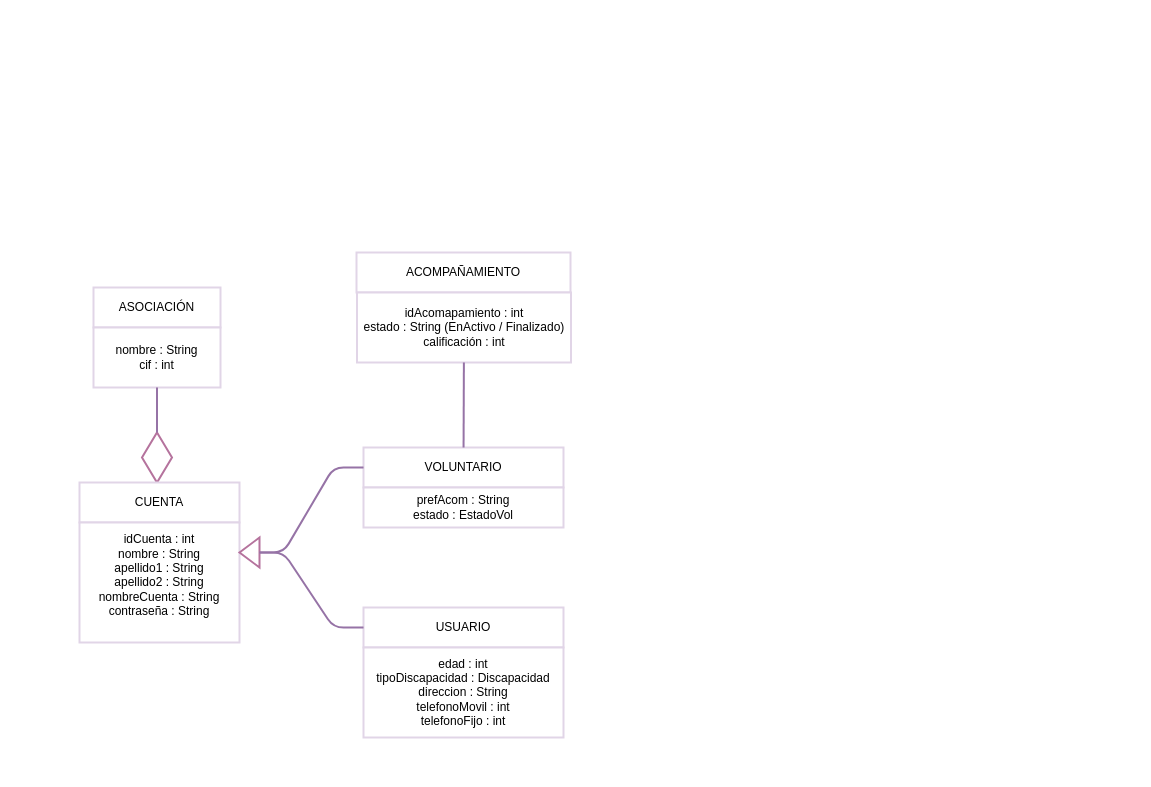
The draw.io diagram esquemas/Clases.drawio in Millan214/Volunteering-Services, before the edit. Source tidied: cells renumbered, new cells numbered last; positions are measured from the earlier drawing's top-left corner, leaving out a move shared by most shapes. Both pictures are drawn from the tidied source at 100%, with x=0, y=0 at pixel (79, 252).
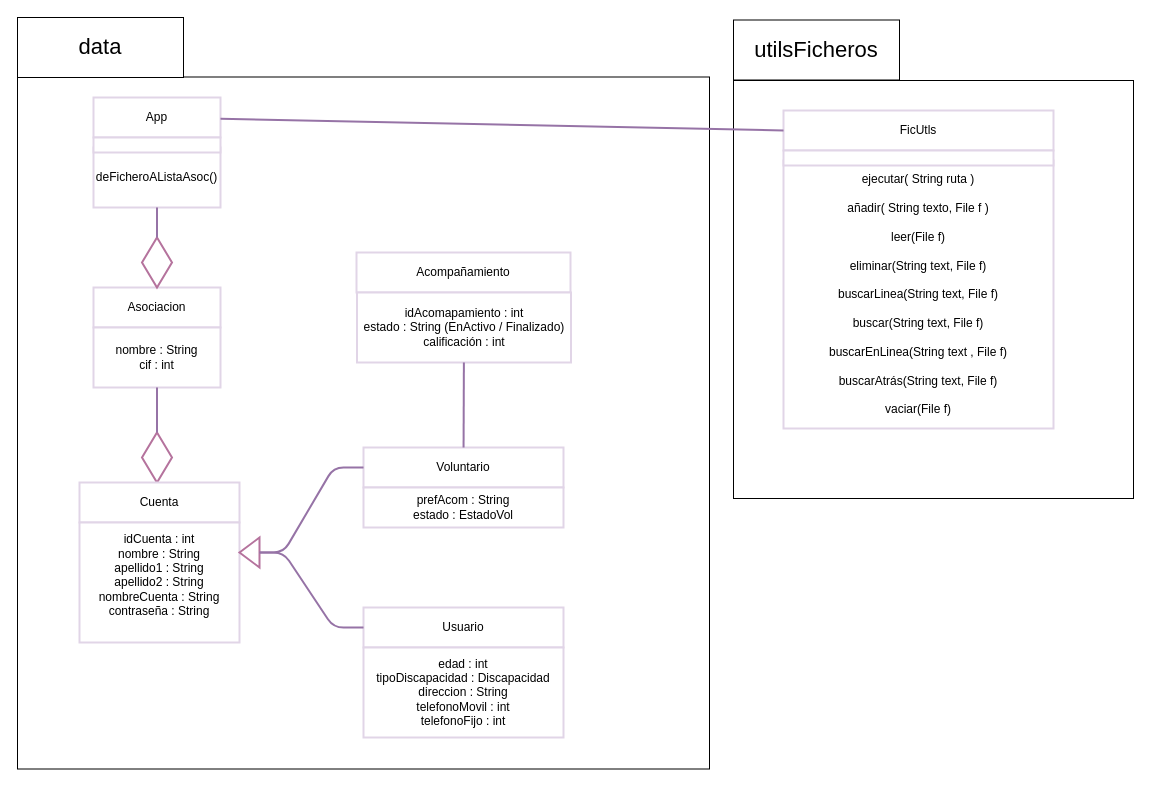
The same page after the edit.

The edit, as a diff of the source:
```diff
@@
+    <mxCell id="18" style="whiteSpace=wrap;html=1;" parent="1" vertex="1">
+      <mxGeometry x="-62" y="-175.5" width="692" height="692" as="geometry" />
+    </mxCell>
-    <mxCell id="2" value="ASOCIACIÓN" style="rounded=0;whiteSpace=wrap;html=1;strokeWidth=2;strokeColor=#E1D5E7;" parent="1" vertex="1">
+    <mxCell id="2" value="Asociacion" style="rounded=0;whiteSpace=wrap;html=1;strokeWidth=2;strokeColor=#E1D5E7;" parent="1" vertex="1">
       <mxGeometry x="14" y="35" width="127" height="40" as="geometry" />
     </mxCell>
@@
-    <mxCell id="4" value="USUARIO" style="rounded=0;whiteSpace=wrap;html=1;strokeWidth=2;strokeColor=#E1D5E7;" parent="1" vertex="1">
+    <mxCell id="4" value="Usuario" style="rounded=0;whiteSpace=wrap;html=1;strokeWidth=2;strokeColor=#E1D5E7;" parent="1" vertex="1">
       <mxGeometry x="284" y="355" width="200" height="40" as="geometry" />
     </mxCell>
@@
-    <mxCell id="8" value="VOLUNTARIO" style="rounded=0;whiteSpace=wrap;html=1;strokeWidth=2;strokeColor=#E1D5E7;" parent="1" vertex="1">
+    <mxCell id="8" value="Voluntario" style="rounded=0;whiteSpace=wrap;html=1;strokeWidth=2;strokeColor=#E1D5E7;" parent="1" vertex="1">
       <mxGeometry x="284" y="195" width="200" height="40" as="geometry" />
     </mxCell>
@@
-    <mxCell id="10" value="CUENTA" style="rounded=0;whiteSpace=wrap;html=1;strokeWidth=2;strokeColor=#E1D5E7;" parent="1" vertex="1">
+    <mxCell id="10" value="Cuenta" style="rounded=0;whiteSpace=wrap;html=1;strokeWidth=2;strokeColor=#E1D5E7;" parent="1" vertex="1">
       <mxGeometry y="230" width="160" height="40" as="geometry" />
     </mxCell>
@@
-    <mxCell id="15" value="ACOMPAÑAMIENTO" style="rounded=0;whiteSpace=wrap;html=1;strokeWidth=2;strokeColor=#E1D5E7;" parent="1" vertex="1">
+    <mxCell id="15" value="Acompañamiento" style="rounded=0;whiteSpace=wrap;html=1;strokeWidth=2;strokeColor=#E1D5E7;" parent="1" vertex="1">
       <mxGeometry x="277" width="214" height="40" as="geometry" />
     </mxCell>
@@
+    <mxCell id="19" value="App" style="rounded=0;whiteSpace=wrap;html=1;strokeWidth=2;strokeColor=#E1D5E7;" parent="1" vertex="1">
+      <mxGeometry x="14" y="-155" width="127" height="40" as="geometry" />
+    </mxCell>
+    <mxCell id="20" value="deFicheroAListaAsoc()" style="rounded=0;whiteSpace=wrap;html=1;strokeWidth=2;strokeColor=#E1D5E7;" parent="1" vertex="1">
+      <mxGeometry x="14" y="-105" width="127" height="60" as="geometry" />
+    </mxCell>
+    <mxCell id="21" style="rhombus;whiteSpace=wrap;html=1;strokeColor=#B5739D;strokeWidth=2;fillColor=#FFFFFF;" parent="1" vertex="1">
+      <mxGeometry x="62.5" y="-15" width="30" height="50" as="geometry" />
+    </mxCell>
+    <mxCell id="22" style="endArrow=none;html=1;strokeWidth=2;fillColor=#e1d5e7;strokeColor=#9673a6;exitX=0.5;exitY=0;exitDx=0;exitDy=0;entryX=0.5;entryY=1;entryDx=0;entryDy=0;" parent="1" edge="1" source="21" target="20">
+      <mxGeometry relative="1" as="geometry" />
+    </mxCell>
+    <mxCell id="23" style="rounded=0;whiteSpace=wrap;html=1;strokeWidth=2;strokeColor=#E1D5E7;" parent="1" vertex="1">
+      <mxGeometry x="14" y="-115" width="127" height="15" as="geometry" />
+    </mxCell>
+    <mxCell id="24" value="&lt;font style=&quot;font-size: 22px&quot;&gt;data&lt;/font&gt;" style="rounded=0;whiteSpace=wrap;html=1;" parent="1" vertex="1">
+      <mxGeometry x="-62" y="-235" width="166" height="60" as="geometry" />
+    </mxCell>
+    <mxCell id="25" style="rounded=0;whiteSpace=wrap;html=1;" parent="1" vertex="1">
+      <mxGeometry x="654" y="-172" width="400" height="418" as="geometry" />
+    </mxCell>
+    <mxCell id="26" value="&lt;span style=&quot;font-size: 22px&quot;&gt;utilsFicheros&lt;/span&gt;" style="rounded=0;whiteSpace=wrap;html=1;" parent="1" vertex="1">
+      <mxGeometry x="654" y="-232.5" width="166" height="60" as="geometry" />
+    </mxCell>
+    <mxCell id="27" value="FicUtls" style="rounded=0;whiteSpace=wrap;html=1;strokeWidth=2;strokeColor=#E1D5E7;" parent="1" vertex="1">
+      <mxGeometry x="704" y="-142" width="270" height="40" as="geometry" />
+    </mxCell>
+    <mxCell id="28" value="ejecutar( String ruta )&lt;br&gt;&lt;br&gt;añadir(&amp;nbsp;String texto, File f )&lt;br&gt;&lt;br&gt;leer(File f)&lt;br&gt;&lt;br&gt;eliminar(String text, File f)&lt;br&gt;&lt;br&gt;buscarLinea(String text, File f)&lt;br&gt;&lt;br&gt;buscar(String text, File f)&lt;br&gt;&lt;br&gt;buscarEnLinea(String text , File f)&lt;br&gt;&lt;br&gt;buscarAtrás(String text, File f)&lt;br&gt;&lt;br&gt;vaciar(File f)" style="rounded=0;whiteSpace=wrap;html=1;strokeWidth=2;strokeColor=#E1D5E7;" parent="1" vertex="1">
+      <mxGeometry x="704" y="-92" width="270" height="268" as="geometry" />
+    </mxCell>
+    <mxCell id="29" style="rounded=0;whiteSpace=wrap;html=1;strokeWidth=2;strokeColor=#E1D5E7;" parent="1" vertex="1">
+      <mxGeometry x="704" y="-102" width="270" height="15" as="geometry" />
+    </mxCell>
+    <mxCell id="30" style="endArrow=none;html=1;strokeWidth=2;fillColor=#e1d5e7;strokeColor=#9673a6;exitX=0;exitY=0.5;exitDx=0;exitDy=0;" parent="1" edge="1" source="27" target="19">
+      <mxGeometry relative="1" as="geometry" />
+    </mxCell>
```
